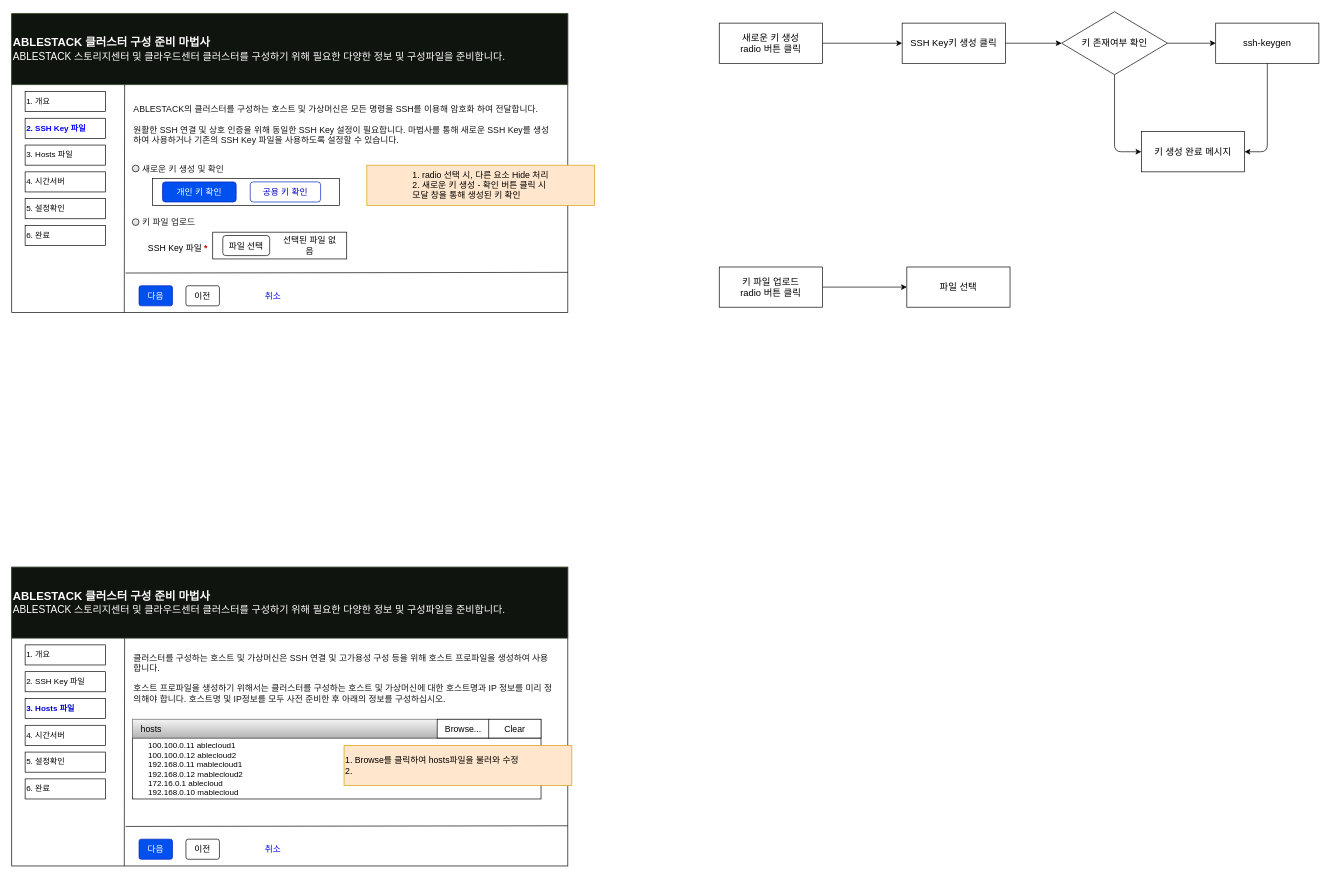
stardom3645/wiki keeps this draw.io diagram as development-cockpit-hw.drawio. Above is the earlier version. Source tidied: cells renumbered, new cells numbered last; positions are measured from the earlier drawing's top-left corner, leaving out a move shared by most shapes. Both pictures are drawn from the tidied source at 67%, with x=0, y=0 at pixel (11, 11).
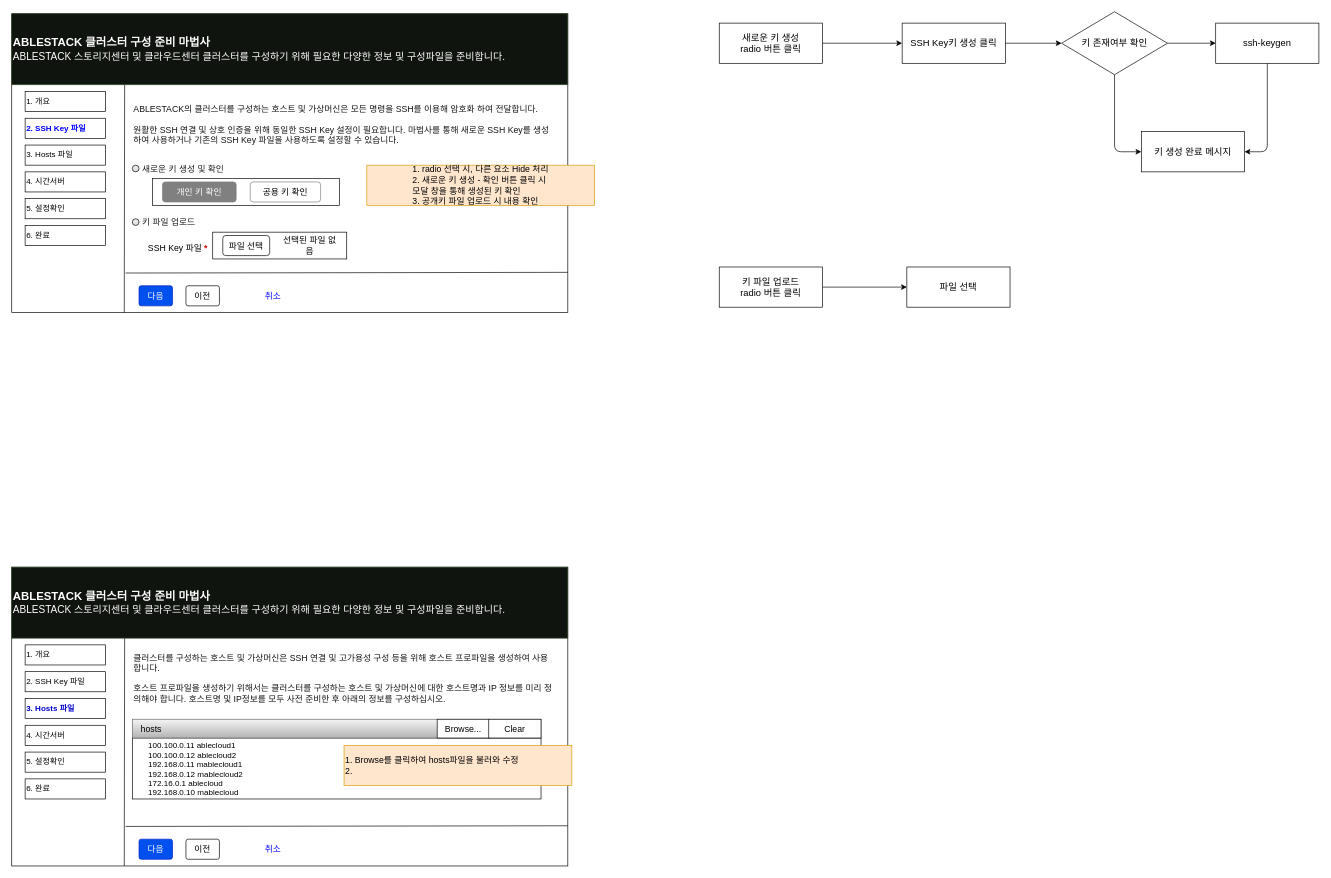
The same page after the edit.

What changed in the source:
```diff
@@
-    <mxCell id="16" value="개인 키 확인" style="rounded=1;whiteSpace=wrap;html=1;labelBackgroundColor=none;strokeColor=#001DBC;fillColor=#0050ef;fontSize=13;fontColor=#ffffff;align=center;" parent="1" vertex="1">
+    <mxCell id="16" value="개인 키 확인" style="rounded=1;whiteSpace=wrap;html=1;labelBackgroundColor=none;fontSize=13;fontColor=#ffffff;align=center;fillColor=#808080;strokeColor=#808080;" parent="1" vertex="1">
       <mxGeometry x="225" y="254" width="110" height="30" as="geometry" />
     </mxCell>
-    <mxCell id="17" value="공용 키 확인" style="rounded=1;whiteSpace=wrap;html=1;labelBackgroundColor=none;strokeColor=#001DBC;fontSize=13;align=center;fillColor=#FFFFFF;fontColor=#0000CC;" parent="1" vertex="1">
+    <mxCell id="17" value="공용 키 확인" style="rounded=1;whiteSpace=wrap;html=1;labelBackgroundColor=none;fontSize=13;align=center;fillColor=#FFFFFF;strokeColor=#808080;" parent="1" vertex="1">
       <mxGeometry x="356" y="254" width="105" height="30" as="geometry" />
     </mxCell>
@@
-    <mxCell id="22" value="&lt;div style=&quot;text-align: left&quot;&gt;&lt;span&gt;1. radio 선택 시, 다른 요소 Hide 처리&lt;/span&gt;&lt;/div&gt;&lt;span&gt;&lt;div style=&quot;text-align: left&quot;&gt;&lt;span&gt;2. 새로운 키 생성 - 확인 버튼 클릭 시 &lt;br&gt;모달 창을 통해 생성된 키 확인&amp;nbsp;&amp;nbsp;&lt;/span&gt;&lt;/div&gt;&lt;/span&gt;" style="rounded=0;whiteSpace=wrap;html=1;labelBackgroundColor=none;strokeColor=#d79b00;fillColor=#ffe6cc;fontSize=13;align=center;" parent="1" vertex="1">
+    <mxCell id="22" value="&lt;div style=&quot;text-align: left&quot;&gt;&lt;span&gt;1. radio 선택 시, 다른 요소 Hide 처리&lt;/span&gt;&lt;/div&gt;&lt;span&gt;&lt;div style=&quot;text-align: left&quot;&gt;&lt;span&gt;2. 새로운 키 생성 - 확인 버튼 클릭 시 &lt;br&gt;모달 창을 통해 생성된 키 확인&lt;/span&gt;&lt;/div&gt;&lt;div style=&quot;text-align: left&quot;&gt;&lt;span&gt;3. 공개키 파일 업로드 시 내용 확인&lt;/span&gt;&lt;/div&gt;&lt;/span&gt;" style="rounded=0;whiteSpace=wrap;html=1;labelBackgroundColor=none;strokeColor=#d79b00;fillColor=#ffe6cc;fontSize=13;align=center;" parent="1" vertex="1">
       <mxGeometry x="530" y="229" width="340" height="60" as="geometry" />
     </mxCell>
```
